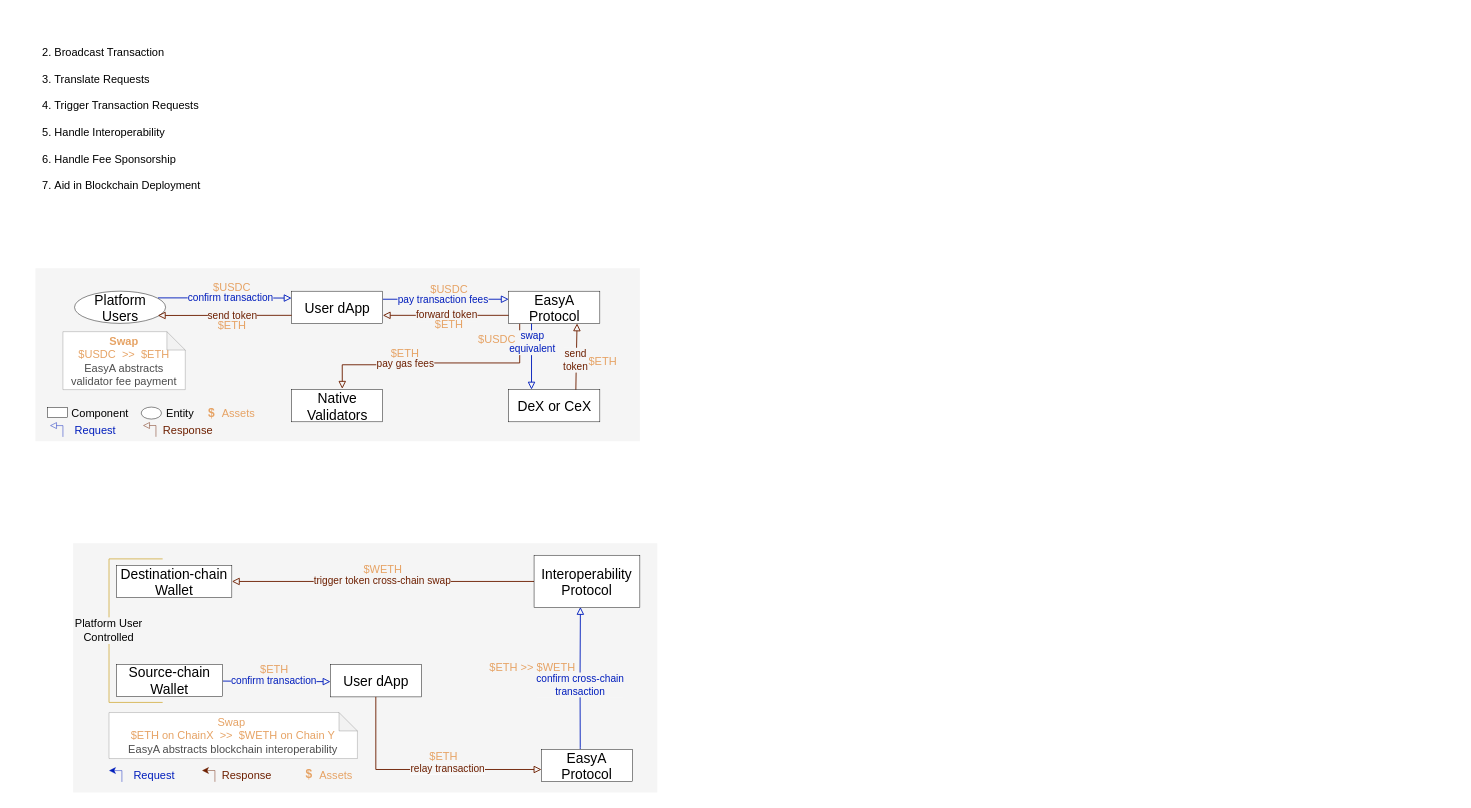
Earlier version of the draw.io diagram page "protocol" (6 of 9) of assets/easy-a-mechanism.drawio.drawio (dlt-science/EasyA-Whitepaper). Source tidied: cells renumbered, new cells numbered last; positions are measured from the earlier drawing's top-left corner, leaving out a move shared by most shapes. Both pictures are drawn from the tidied source at 92%, with x=0, y=0 at pixel (16, 16).
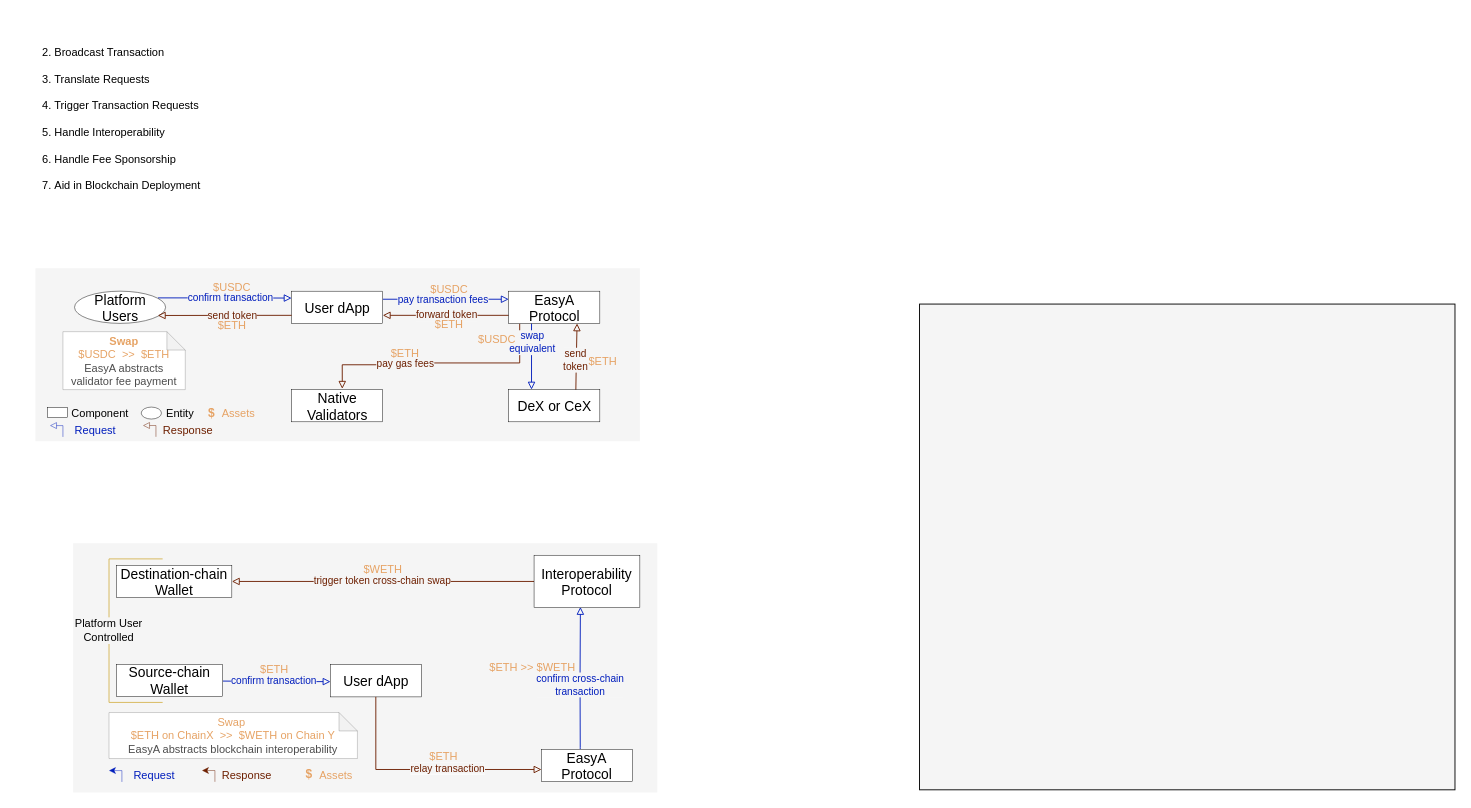
The same page after the edit.

What changed in the source:
```diff
@@
+    <mxCell id="68" style="rounded=0;whiteSpace=wrap;html=1;fillColor=#F5F5F5;" parent="1" vertex="1">
+      <mxGeometry x="982" y="313" width="582" height="528" as="geometry" />
+    </mxCell>
```
